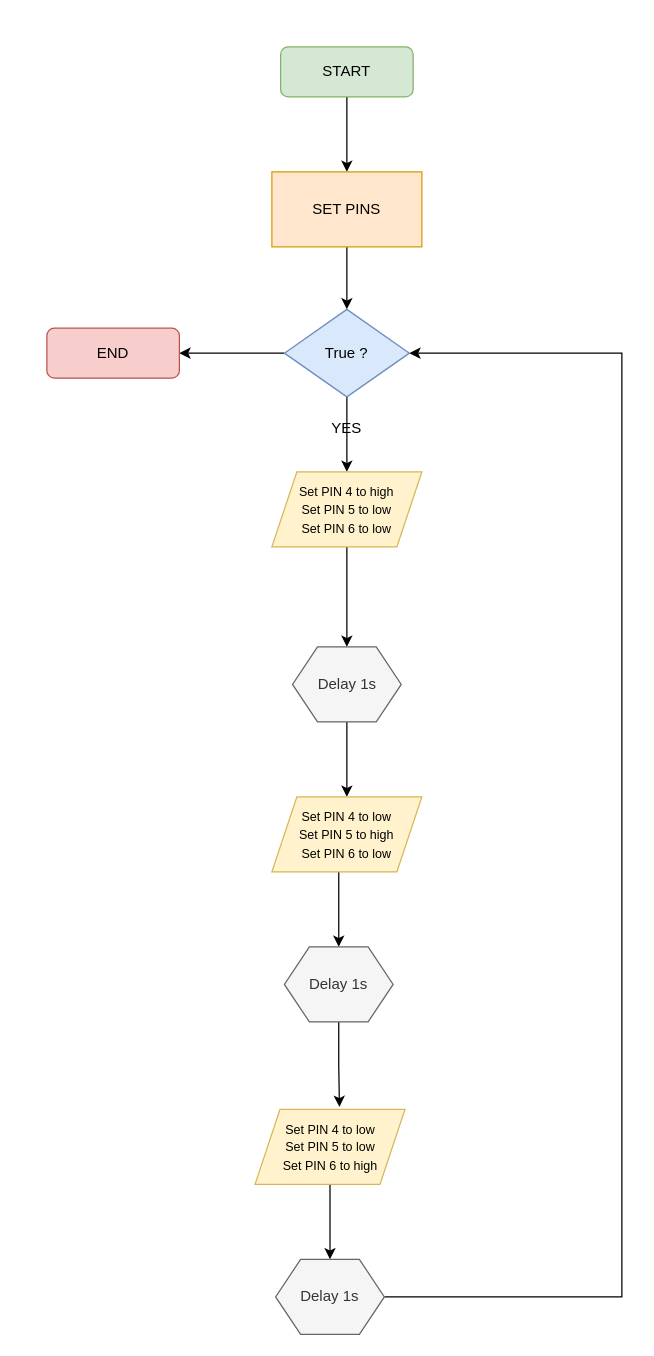
Above: src/ca.concordia.processmanagement/Untitled Diagram.drawio in antoinegaubil/Process-Management-System (draw.io), before the change. Source tidied: cells renumbered, new cells numbered last; positions are measured from the earlier drawing's top-left corner, leaving out a move shared by most shapes. Both pictures are drawn from the tidied source at 125%, with x=0, y=0 at pixel (46, 46).
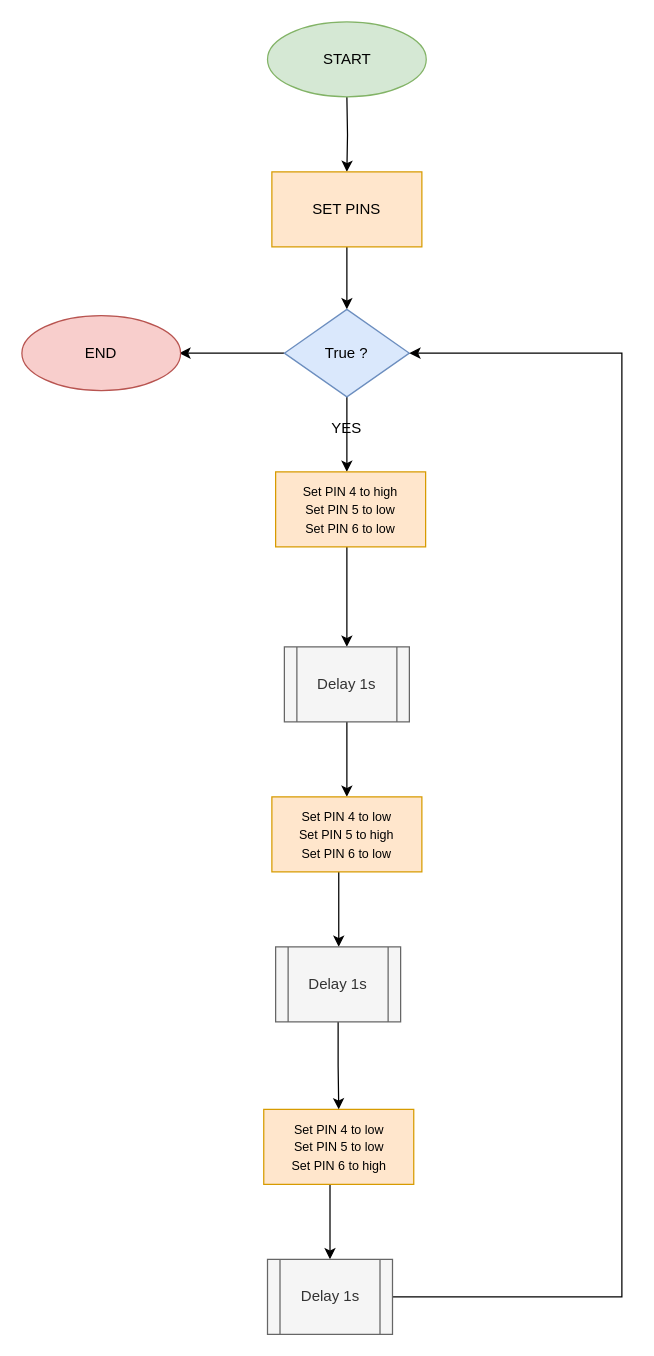
Above is the later version.

The change refers to these unchanged cells:
```xml
<mxCell id="5" value="SET PINS" style="rounded=0;whiteSpace=wrap;html=1;fillColor=#ffe6cc;strokeColor=#d79b00;" parent="1" vertex="1">
  <mxGeometry x="180" y="100" width="120" height="60" as="geometry" />
</mxCell>
<mxCell id="8" value="True ?" style="rhombus;whiteSpace=wrap;html=1;fillColor=#dae8fc;strokeColor=#6c8ebf;" parent="1" vertex="1">
  <mxGeometry x="190" y="210" width="100" height="70" as="geometry" />
</mxCell>
```

The edit, as a diff of the source:
```diff
@@
-    <mxCell id="2" style="edgeStyle=orthogonalEdgeStyle;rounded=0;jettySize=auto;html=1;entryX=0.5;entryY=0;entryDx=0;entryDy=0;" parent="1" edge="1" source="3" target="5">
-      <mxGeometry relative="1" as="geometry" />
+    <mxCell id="2" style="edgeStyle=orthogonalEdgeStyle;rounded=0;jettySize=auto;html=1;entryX=0.5;entryY=0;entryDx=0;entryDy=0;" parent="1" edge="1" target="5">
+      <mxGeometry relative="1" as="geometry">
+        <mxPoint x="240" y="40" as="sourcePoint" />
+      </mxGeometry>
     </mxCell>
-    <mxCell id="3" value="START" style="rounded=1;whiteSpace=wrap;html=1;fillColor=#d5e8d4;strokeColor=#82b366;" parent="1" vertex="1">
-      <mxGeometry x="187" width="106" height="40" as="geometry" />
-    </mxCell>
@@
-    <mxCell id="6" style="edgeStyle=orthogonalEdgeStyle;rounded=0;jettySize=auto;html=1;entryX=0.5;entryY=0;entryDx=0;entryDy=0;" parent="1" edge="1" source="8" target="10">
+    <mxCell id="6" style="edgeStyle=orthogonalEdgeStyle;rounded=0;jettySize=auto;html=1;entryX=0.5;entryY=0;entryDx=0;entryDy=0;" parent="1" edge="1" source="8">
       <mxGeometry relative="1" as="geometry">
+        <mxPoint x="240" y="340" as="targetPoint" />
         <Array as="points">
           <mxPoint x="240" y="310" />
           <mxPoint x="240" y="310" />
         </Array>
       </mxGeometry>
     </mxCell>
-    <mxCell id="7" style="edgeStyle=orthogonalEdgeStyle;rounded=0;jettySize=auto;html=1;entryX=1;entryY=0.5;entryDx=0;entryDy=0;" parent="1" edge="1" source="8" target="22">
-      <mxGeometry relative="1" as="geometry" />
+    <mxCell id="7" style="edgeStyle=orthogonalEdgeStyle;rounded=0;jettySize=auto;html=1;entryX=1;entryY=0.5;entryDx=0;entryDy=0;" parent="1" edge="1" source="8">
+      <mxGeometry relative="1" as="geometry">
+        <mxPoint x="106" y="245" as="targetPoint" />
+      </mxGeometry>
     </mxCell>
@@
-    <mxCell id="9" style="edgeStyle=orthogonalEdgeStyle;rounded=0;jettySize=auto;html=1;entryX=0.5;entryY=0;entryDx=0;entryDy=0;" parent="1" edge="1" source="10" target="12">
-      <mxGeometry relative="1" as="geometry" />
+    <mxCell id="9" style="edgeStyle=orthogonalEdgeStyle;rounded=0;orthogonalLoop=1;jettySize=auto;html=1;entryX=0.5;entryY=0;entryDx=0;entryDy=0;" parent="1" edge="1">
+      <mxGeometry relative="1" as="geometry">
+        <mxPoint x="240" y="400" as="sourcePoint" />
+        <mxPoint x="240" y="480" as="targetPoint" />
+      </mxGeometry>
     </mxCell>
+    <mxCell id="11" style="edgeStyle=orthogonalEdgeStyle;rounded=0;orthogonalLoop=1;jettySize=auto;html=1;entryX=0.5;entryY=0;entryDx=0;entryDy=0;" parent="1" edge="1">
+      <mxGeometry relative="1" as="geometry">
+        <mxPoint x="240" y="540" as="sourcePoint" />
+        <mxPoint x="240" y="600" as="targetPoint" />
+      </mxGeometry>
+    </mxCell>
+    <mxCell id="13" style="edgeStyle=orthogonalEdgeStyle;rounded=0;orthogonalLoop=1;jettySize=auto;html=1;entryX=0.5;entryY=0;entryDx=0;entryDy=0;" parent="1" edge="1">
+      <mxGeometry relative="1" as="geometry">
+        <mxPoint x="233.5" y="660" as="sourcePoint" />
+        <mxPoint x="233.5" y="720" as="targetPoint" />
+        <Array as="points">
+          <mxPoint x="234" y="690" />
+        </Array>
+      </mxGeometry>
+    </mxCell>
+    <mxCell id="17" style="edgeStyle=orthogonalEdgeStyle;rounded=0;orthogonalLoop=1;jettySize=auto;html=1;entryX=0.5;entryY=0;entryDx=0;entryDy=0;" parent="1" edge="1">
+      <mxGeometry relative="1" as="geometry">
+        <mxPoint x="226.5" y="910" as="sourcePoint" />
+        <mxPoint x="226.5" y="970" as="targetPoint" />
+      </mxGeometry>
+    </mxCell>
+    <mxCell id="19" style="edgeStyle=orthogonalEdgeStyle;rounded=0;jettySize=auto;html=1;entryX=1;entryY=0.5;entryDx=0;entryDy=0;" parent="1" edge="1" target="8">
+      <mxGeometry relative="1" as="geometry">
+        <mxPoint x="270" y="1000" as="sourcePoint" />
+        <Array as="points">
+          <mxPoint x="460" y="1000" />
+          <mxPoint x="460" y="245" />
+        </Array>
+      </mxGeometry>
+    </mxCell>
+    <mxCell id="21" value="YES&lt;br&gt;" style="text;strokeColor=none;align=center;fillColor=none;html=1;verticalAlign=middle;whiteSpace=wrap;rounded=0;" parent="1" vertex="1">
+      <mxGeometry x="220" y="300" width="40" height="10" as="geometry" />
+    </mxCell>
+    <mxCell id="3" value="START" style="ellipse;whiteSpace=wrap;html=1;fillColor=#d5e8d4;strokeColor=#82b366;" parent="1" vertex="1">
+      <mxGeometry x="176.5" y="-20" width="127" height="60" as="geometry" />
+    </mxCell>
+    <mxCell id="22" value="END" style="ellipse;whiteSpace=wrap;html=1;fillColor=#f8cecc;strokeColor=#b85450;" parent="1" vertex="1">
+      <mxGeometry x="-20" y="215" width="127" height="60" as="geometry" />
+    </mxCell>
-    <mxCell id="10" value="&lt;font style=&quot;font-size: 10px;&quot;&gt;Set PIN 4 to high&lt;br&gt;Set PIN 5 to low&lt;br&gt;Set PIN 6 to low&lt;/font&gt;" style="shape=parallelogram;perimeter=parallelogramPerimeter;whiteSpace=wrap;html=1;fixedSize=1;fillColor=#fff2cc;strokeColor=#d6b656;" parent="1" vertex="1">
-      <mxGeometry x="180" y="340" width="120" height="60" as="geometry" />
+    <mxCell id="10" value="&lt;font style=&quot;font-size: 10px;&quot;&gt;Set PIN 4 to high&lt;br style=&quot;border-color: var(--border-color);&quot;&gt;&lt;/font&gt;&lt;span style=&quot;font-size: 10px;&quot;&gt;Set PIN 5 to low&lt;/span&gt;&lt;br style=&quot;border-color: var(--border-color); font-size: 10px;&quot;&gt;&lt;span style=&quot;font-size: 10px;&quot;&gt;Set PIN 6 to low&lt;br&gt;&lt;/span&gt;" style="rounded=0;whiteSpace=wrap;html=1;fillColor=#ffe6cc;strokeColor=#d79b00;" parent="1" vertex="1">
+      <mxGeometry x="183" y="340" width="120" height="60" as="geometry" />
     </mxCell>
-    <mxCell id="11" style="edgeStyle=orthogonalEdgeStyle;rounded=0;jettySize=auto;html=1;entryX=0.5;entryY=0;entryDx=0;entryDy=0;" parent="1" edge="1" source="12" target="14">
-      <mxGeometry relative="1" as="geometry" />
-    </mxCell>
-    <mxCell id="12" value="Delay 1s" style="shape=hexagon;perimeter=hexagonPerimeter2;whiteSpace=wrap;html=1;fixedSize=1;fillColor=#f5f5f5;fontColor=#333333;strokeColor=#666666;" parent="1" vertex="1">
-      <mxGeometry x="196.5" y="480" width="87" height="60" as="geometry" />
-    </mxCell>
-    <mxCell id="13" style="edgeStyle=orthogonalEdgeStyle;rounded=0;jettySize=auto;html=1;entryX=0.5;entryY=0;entryDx=0;entryDy=0;" parent="1" edge="1" source="14" target="16">
-      <mxGeometry relative="1" as="geometry">
-        <Array as="points">
-          <mxPoint x="234" y="690" />
-        </Array>
-      </mxGeometry>
-    </mxCell>
-    <mxCell id="14" value="&lt;font style=&quot;font-size: 10px;&quot;&gt;Set PIN 4 to low&lt;br style=&quot;border-color: var(--border-color);&quot;&gt;&lt;/font&gt;&lt;span style=&quot;font-size: 10px;&quot;&gt;Set PIN 5 to high&lt;/span&gt;&lt;br style=&quot;border-color: var(--border-color); font-size: 10px;&quot;&gt;&lt;span style=&quot;font-size: 10px;&quot;&gt;Set PIN 6 to low&lt;/span&gt;" style="shape=parallelogram;perimeter=parallelogramPerimeter;whiteSpace=wrap;html=1;fixedSize=1;fillColor=#fff2cc;strokeColor=#d6b656;" parent="1" vertex="1">
+    <mxCell id="14" value="&lt;font style=&quot;border-color: var(--border-color); font-size: 10px;&quot;&gt;Set PIN 4 to low&lt;br style=&quot;border-color: var(--border-color);&quot;&gt;&lt;/font&gt;&lt;font style=&quot;font-size: 10px;&quot;&gt;Set PIN 5 to high&lt;br style=&quot;border-color: var(--border-color);&quot;&gt;&lt;/font&gt;&lt;span style=&quot;border-color: var(--border-color); font-size: 10px;&quot;&gt;Set PIN 6 to low&lt;/span&gt;&lt;span style=&quot;font-size: 10px;&quot;&gt;&lt;br&gt;&lt;/span&gt;" style="rounded=0;whiteSpace=wrap;html=1;fillColor=#ffe6cc;strokeColor=#d79b00;" parent="1" vertex="1">
       <mxGeometry x="180" y="600" width="120" height="60" as="geometry" />
     </mxCell>
-    <mxCell id="15" style="edgeStyle=orthogonalEdgeStyle;rounded=0;jettySize=auto;html=1;entryX=0.563;entryY=-0.033;entryDx=0;entryDy=0;entryPerimeter=0;" parent="1" edge="1" source="16" target="18">
-      <mxGeometry relative="1" as="geometry" />
-    </mxCell>
-    <mxCell id="16" value="Delay 1s" style="shape=hexagon;perimeter=hexagonPerimeter2;whiteSpace=wrap;html=1;fixedSize=1;fillColor=#f5f5f5;fontColor=#333333;strokeColor=#666666;" parent="1" vertex="1">
-      <mxGeometry x="190" y="720" width="87" height="60" as="geometry" />
-    </mxCell>
-    <mxCell id="17" style="edgeStyle=orthogonalEdgeStyle;rounded=0;jettySize=auto;html=1;entryX=0.5;entryY=0;entryDx=0;entryDy=0;" parent="1" edge="1" source="18" target="20">
-      <mxGeometry relative="1" as="geometry" />
-    </mxCell>
-    <mxCell id="18" value="&lt;font style=&quot;font-size: 10px;&quot;&gt;Set PIN 4 to low&lt;br style=&quot;border-color: var(--border-color);&quot;&gt;&lt;/font&gt;&lt;span style=&quot;font-size: 10px;&quot;&gt;Set PIN 5 to low&lt;/span&gt;&lt;br style=&quot;border-color: var(--border-color); font-size: 10px;&quot;&gt;&lt;span style=&quot;font-size: 10px;&quot;&gt;Set PIN 6 to high&lt;/span&gt;" style="shape=parallelogram;perimeter=parallelogramPerimeter;whiteSpace=wrap;html=1;fixedSize=1;fillColor=#fff2cc;strokeColor=#d6b656;" parent="1" vertex="1">
-      <mxGeometry x="166.5" y="850" width="120" height="60" as="geometry" />
+    <mxCell id="18" value="&lt;font style=&quot;border-color: var(--border-color); font-size: 10px;&quot;&gt;Set PIN 4 to low&lt;br style=&quot;border-color: var(--border-color);&quot;&gt;&lt;/font&gt;&lt;font style=&quot;font-size: 10px;&quot;&gt;Set PIN 5 to low&lt;br style=&quot;border-color: var(--border-color);&quot;&gt;&lt;/font&gt;&lt;span style=&quot;border-color: var(--border-color); font-size: 10px;&quot;&gt;Set PIN 6 to high&lt;/span&gt;" style="rounded=0;whiteSpace=wrap;html=1;fillColor=#ffe6cc;strokeColor=#d79b00;" parent="1" vertex="1">
+      <mxGeometry x="173.5" y="850" width="120" height="60" as="geometry" />
     </mxCell>
-    <mxCell id="19" style="edgeStyle=orthogonalEdgeStyle;rounded=0;jettySize=auto;html=1;entryX=1;entryY=0.5;entryDx=0;entryDy=0;" parent="1" edge="1" source="20" target="8">
-      <mxGeometry relative="1" as="geometry">
-        <Array as="points">
-          <mxPoint x="460" y="1000" />
-          <mxPoint x="460" y="245" />
-        </Array>
-      </mxGeometry>
-    </mxCell>
-    <mxCell id="20" value="Delay 1s" style="shape=hexagon;perimeter=hexagonPerimeter2;whiteSpace=wrap;html=1;fixedSize=1;fillColor=#f5f5f5;fontColor=#333333;strokeColor=#666666;" parent="1" vertex="1">
-      <mxGeometry x="183" y="970" width="87" height="60" as="geometry" />
-    </mxCell>
-    <mxCell id="21" value="YES&lt;br&gt;" style="text;strokeColor=none;align=center;fillColor=none;html=1;verticalAlign=middle;whiteSpace=wrap;rounded=0;" parent="1" vertex="1">
-      <mxGeometry x="220" y="300" width="40" height="10" as="geometry" />
-    </mxCell>
-    <mxCell id="22" value="END" style="rounded=1;whiteSpace=wrap;html=1;fillColor=#f8cecc;strokeColor=#b85450;" parent="1" vertex="1">
-      <mxGeometry y="225" width="106" height="40" as="geometry" />
-    </mxCell>
+    <mxCell id="23" value="Delay 1s" style="shape=process;whiteSpace=wrap;html=1;backgroundOutline=1;fillColor=#f5f5f5;fontColor=#333333;strokeColor=#666666;" parent="1" vertex="1">
+      <mxGeometry x="190" y="480" width="100" height="60" as="geometry" />
+    </mxCell>
+    <mxCell id="24" style="edgeStyle=orthogonalEdgeStyle;rounded=0;jettySize=auto;html=1;entryX=0.5;entryY=0;entryDx=0;entryDy=0;" parent="1" edge="1" source="25" target="18">
+      <mxGeometry relative="1" as="geometry" />
+    </mxCell>
+    <mxCell id="25" value="Delay 1s" style="shape=process;whiteSpace=wrap;html=1;backgroundOutline=1;fillColor=#f5f5f5;fontColor=#333333;strokeColor=#666666;" parent="1" vertex="1">
+      <mxGeometry x="183" y="720" width="100" height="60" as="geometry" />
+    </mxCell>
+    <mxCell id="26" value="Delay 1s" style="shape=process;whiteSpace=wrap;html=1;backgroundOutline=1;fillColor=#f5f5f5;fontColor=#333333;strokeColor=#666666;" parent="1" vertex="1">
+      <mxGeometry x="176.5" y="970" width="100" height="60" as="geometry" />
+    </mxCell>
```
